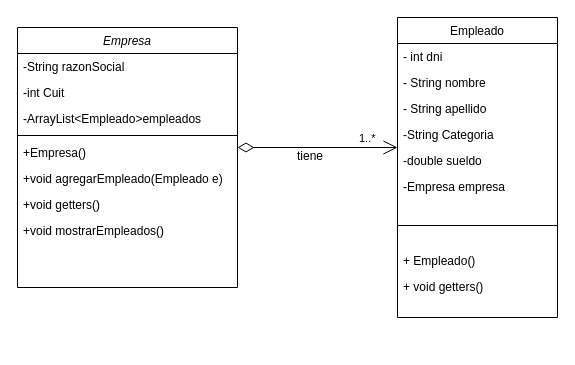
Above: Trabajos Aulicos/EmpresasEmpleados/EmpresasEmpleados/umlDraw-EmpresasEmpleados.drawio in gabriel-1993/LAB1.TPS.ULP (draw.io), before the change. Source tidied: cells renumbered, new cells numbered last; positions are measured from the earlier drawing's top-left corner, leaving out a move shared by most shapes. Both pictures are drawn from the tidied source at 100%, with x=0, y=0 at pixel (17, 17).
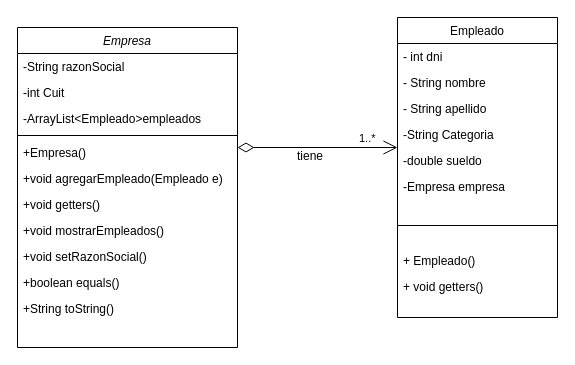
Above is the later version.

Commit message:
agrego UML con UML - DRAW , utilizo jdk y netbeans 8. Por eso instale otra herramienta para generar los UML respetando la sintaxis de Javaa

Diff of the diagram source:
```diff
@@
     <mxCell id="2" value="Empresa&#10;" style="swimlane;fontStyle=2;align=center;verticalAlign=top;horizontal=1;startSize=26;rounded=0;shadow=0;strokeWidth=1;" parent="1" vertex="1">
-      <mxGeometry y="10" width="220" height="260" as="geometry" />
+      <mxGeometry y="10" width="220" height="320" as="geometry" />
     </mxCell>
@@
+    <mxCell id="23" value="+void setRazonSocial()&#10;" style="text;align=left;verticalAlign=top;spacingLeft=4;spacingRight=4;overflow=hidden;" parent="2" vertex="1">
+      <mxGeometry y="216" width="220" height="26" as="geometry" />
+    </mxCell>
+    <mxCell id="24" value="+boolean equals()&#10;" style="text;align=left;verticalAlign=top;spacingLeft=4;spacingRight=4;overflow=hidden;" parent="2" vertex="1">
+      <mxGeometry y="242" width="220" height="26" as="geometry" />
+    </mxCell>
+    <mxCell id="25" value="+String toString()&#10;" style="text;align=left;verticalAlign=top;spacingLeft=4;spacingRight=4;overflow=hidden;" parent="2" vertex="1">
+      <mxGeometry y="268" width="220" height="26" as="geometry" />
+    </mxCell>
```
